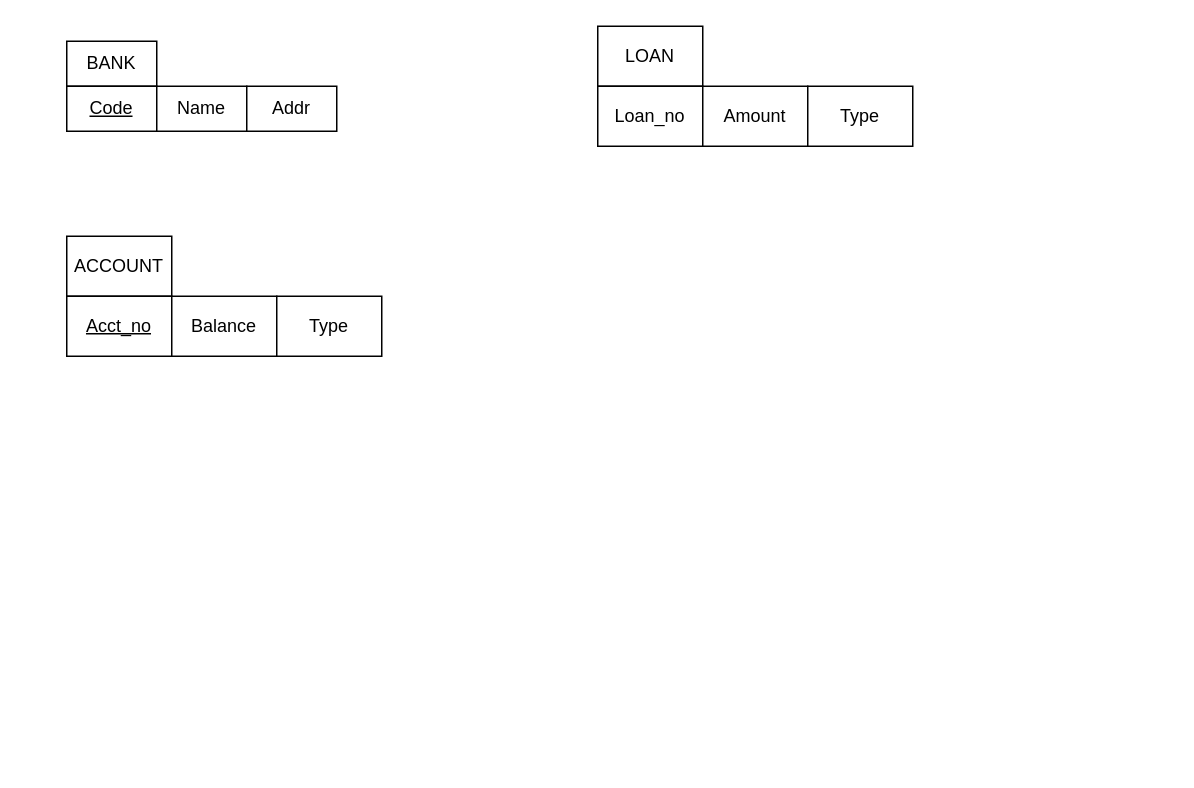
Above: Biểu đồ không có tiêu đề.drawio in Sonhoangvo/csdl (draw.io), before the change. Source tidied: cells renumbered, new cells numbered last; positions are measured from the earlier drawing's top-left corner, leaving out a move shared by most shapes. Both pictures are drawn from the tidied source at 150%, with x=0, y=0 at pixel (66, 26).
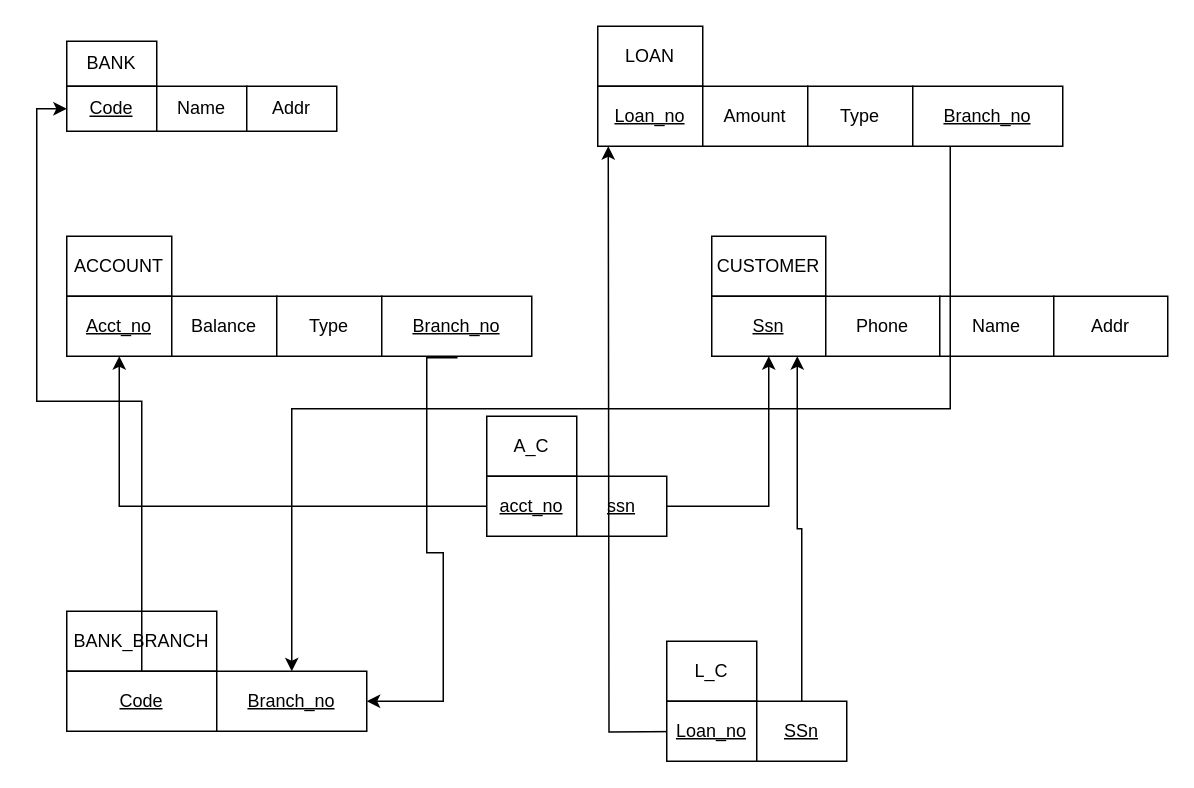
The same page after the edit.

Commit message:
Cập nhật Biểu đồ không có tiêu đề.drawio

The change refers to these unchanged cells:
```xml
<mxCell id="3" value="&lt;u&gt;Code&lt;/u&gt;" style="rounded=0;whiteSpace=wrap;html=1;" parent="1" vertex="1">
  <mxGeometry y="40" width="60" height="30" as="geometry" />
</mxCell>
<mxCell id="7" value="&lt;u&gt;Acct_no&lt;/u&gt;" style="rounded=0;whiteSpace=wrap;html=1;" parent="1" vertex="1">
  <mxGeometry y="180" width="70" height="40" as="geometry" />
</mxCell>
```

What changed in the source:
```diff
@@
-    <mxCell id="11" value="Loan_no" style="rounded=0;whiteSpace=wrap;html=1;" parent="1" vertex="1">
+    <mxCell id="11" value="&lt;u&gt;Loan_no&lt;/u&gt;" style="rounded=0;whiteSpace=wrap;html=1;" parent="1" vertex="1">
       <mxGeometry x="354" y="40" width="70" height="40" as="geometry" />
     </mxCell>
@@
+    <mxCell id="14" value="CUSTOMER" style="rounded=0;whiteSpace=wrap;html=1;" parent="1" vertex="1">
+      <mxGeometry x="430" y="140" width="76" height="40" as="geometry" />
+    </mxCell>
+    <mxCell id="15" value="&lt;u&gt;Ssn&lt;/u&gt;" style="rounded=0;whiteSpace=wrap;html=1;" parent="1" vertex="1">
+      <mxGeometry x="430" y="180" width="76" height="40" as="geometry" />
+    </mxCell>
+    <mxCell id="16" value="Phone" style="rounded=0;whiteSpace=wrap;html=1;" parent="1" vertex="1">
+      <mxGeometry x="506" y="180" width="76" height="40" as="geometry" />
+    </mxCell>
+    <mxCell id="17" value="Name" style="rounded=0;whiteSpace=wrap;html=1;" parent="1" vertex="1">
+      <mxGeometry x="582" y="180" width="76" height="40" as="geometry" />
+    </mxCell>
+    <mxCell id="18" value="Addr" style="rounded=0;whiteSpace=wrap;html=1;" parent="1" vertex="1">
+      <mxGeometry x="658" y="180" width="76" height="40" as="geometry" />
+    </mxCell>
+    <mxCell id="19" value="BANK_BRANCH" style="rounded=0;whiteSpace=wrap;html=1;" parent="1" vertex="1">
+      <mxGeometry y="390" width="100" height="40" as="geometry" />
+    </mxCell>
+    <mxCell id="20" style="edgeStyle=orthogonalEdgeStyle;rounded=0;jettySize=auto;html=1;entryX=0;entryY=0.5;entryDx=0;entryDy=0;" parent="1" edge="1" source="21" target="3">
+      <mxGeometry relative="1" as="geometry" />
+    </mxCell>
+    <mxCell id="21" value="&lt;u&gt;Code&lt;/u&gt;" style="rounded=0;whiteSpace=wrap;html=1;" parent="1" vertex="1">
+      <mxGeometry y="430" width="100" height="40" as="geometry" />
+    </mxCell>
+    <mxCell id="22" value="&lt;u&gt;Branch_no&lt;/u&gt;" style="rounded=0;whiteSpace=wrap;html=1;" parent="1" vertex="1">
+      <mxGeometry x="100" y="430" width="100" height="40" as="geometry" />
+    </mxCell>
+    <mxCell id="23" style="edgeStyle=orthogonalEdgeStyle;rounded=0;jettySize=auto;html=1;entryX=1;entryY=0.5;entryDx=0;entryDy=0;" parent="1" edge="1" target="22">
+      <mxGeometry relative="1" as="geometry">
+        <mxPoint x="260" y="220" as="sourcePoint" />
+        <Array as="points">
+          <mxPoint x="260" y="221" />
+          <mxPoint x="240" y="221" />
+          <mxPoint x="240" y="351" />
+          <mxPoint x="251" y="351" />
+          <mxPoint x="251" y="450" />
+        </Array>
+      </mxGeometry>
+    </mxCell>
+    <mxCell id="24" value="&lt;u&gt;Branch_no&lt;/u&gt;" style="rounded=0;whiteSpace=wrap;html=1;" parent="1" vertex="1">
+      <mxGeometry x="210" y="180" width="100" height="40" as="geometry" />
+    </mxCell>
+    <mxCell id="25" value="A_C" style="rounded=0;whiteSpace=wrap;html=1;" parent="1" vertex="1">
+      <mxGeometry x="280" y="260" width="60" height="40" as="geometry" />
+    </mxCell>
+    <mxCell id="26" style="edgeStyle=orthogonalEdgeStyle;rounded=0;jettySize=auto;html=1;exitX=0;exitY=0.5;exitDx=0;exitDy=0;entryX=0.5;entryY=1;entryDx=0;entryDy=0;" parent="1" edge="1" source="27" target="7">
+      <mxGeometry relative="1" as="geometry" />
+    </mxCell>
+    <mxCell id="27" value="&lt;u&gt;acct_no&lt;/u&gt;" style="rounded=0;whiteSpace=wrap;html=1;" parent="1" vertex="1">
+      <mxGeometry x="280" y="300" width="60" height="40" as="geometry" />
+    </mxCell>
+    <mxCell id="28" style="edgeStyle=orthogonalEdgeStyle;rounded=0;jettySize=auto;html=1;exitX=1;exitY=0.5;exitDx=0;exitDy=0;entryX=0.5;entryY=1;entryDx=0;entryDy=0;" parent="1" edge="1" source="29" target="15">
+      <mxGeometry relative="1" as="geometry" />
+    </mxCell>
+    <mxCell id="29" value="&lt;u&gt;ssn&lt;/u&gt;" style="rounded=0;whiteSpace=wrap;html=1;" parent="1" vertex="1">
+      <mxGeometry x="340" y="300" width="60" height="40" as="geometry" />
+    </mxCell>
+    <mxCell id="30" style="edgeStyle=orthogonalEdgeStyle;rounded=0;jettySize=auto;html=1;exitX=0.25;exitY=1;exitDx=0;exitDy=0;entryX=0.5;entryY=0;entryDx=0;entryDy=0;" parent="1" edge="1" source="31" target="22">
+      <mxGeometry relative="1" as="geometry" />
+    </mxCell>
+    <mxCell id="31" value="&lt;u&gt;Branch_no&lt;/u&gt;" style="rounded=0;whiteSpace=wrap;html=1;" parent="1" vertex="1">
+      <mxGeometry x="564" y="40" width="100" height="40" as="geometry" />
+    </mxCell>
+    <mxCell id="32" value="L_C" style="rounded=0;whiteSpace=wrap;html=1;" parent="1" vertex="1">
+      <mxGeometry x="400" y="410" width="60" height="40" as="geometry" />
+    </mxCell>
+    <mxCell id="33" style="edgeStyle=orthogonalEdgeStyle;rounded=0;orthogonalLoop=1;jettySize=auto;html=1;entryX=0;entryY=0.5;entryDx=0;entryDy=0;" parent="1" edge="1">
+      <mxGeometry relative="1" as="geometry">
+        <mxPoint x="437" y="470" as="sourcePoint" />
+        <mxPoint x="361" y="80" as="targetPoint" />
+      </mxGeometry>
+    </mxCell>
+    <mxCell id="34" value="&lt;u&gt;Loan_no&lt;/u&gt;" style="rounded=0;whiteSpace=wrap;html=1;" parent="1" vertex="1">
+      <mxGeometry x="400" y="450" width="60" height="40" as="geometry" />
+    </mxCell>
+    <mxCell id="35" style="edgeStyle=orthogonalEdgeStyle;rounded=0;jettySize=auto;html=1;entryX=0.75;entryY=1;entryDx=0;entryDy=0;" parent="1" edge="1" source="36" target="15">
+      <mxGeometry relative="1" as="geometry" />
+    </mxCell>
+    <mxCell id="36" value="&lt;u&gt;SSn&lt;/u&gt;" style="rounded=0;whiteSpace=wrap;html=1;" parent="1" vertex="1">
+      <mxGeometry x="460" y="450" width="60" height="40" as="geometry" />
+    </mxCell>
```
